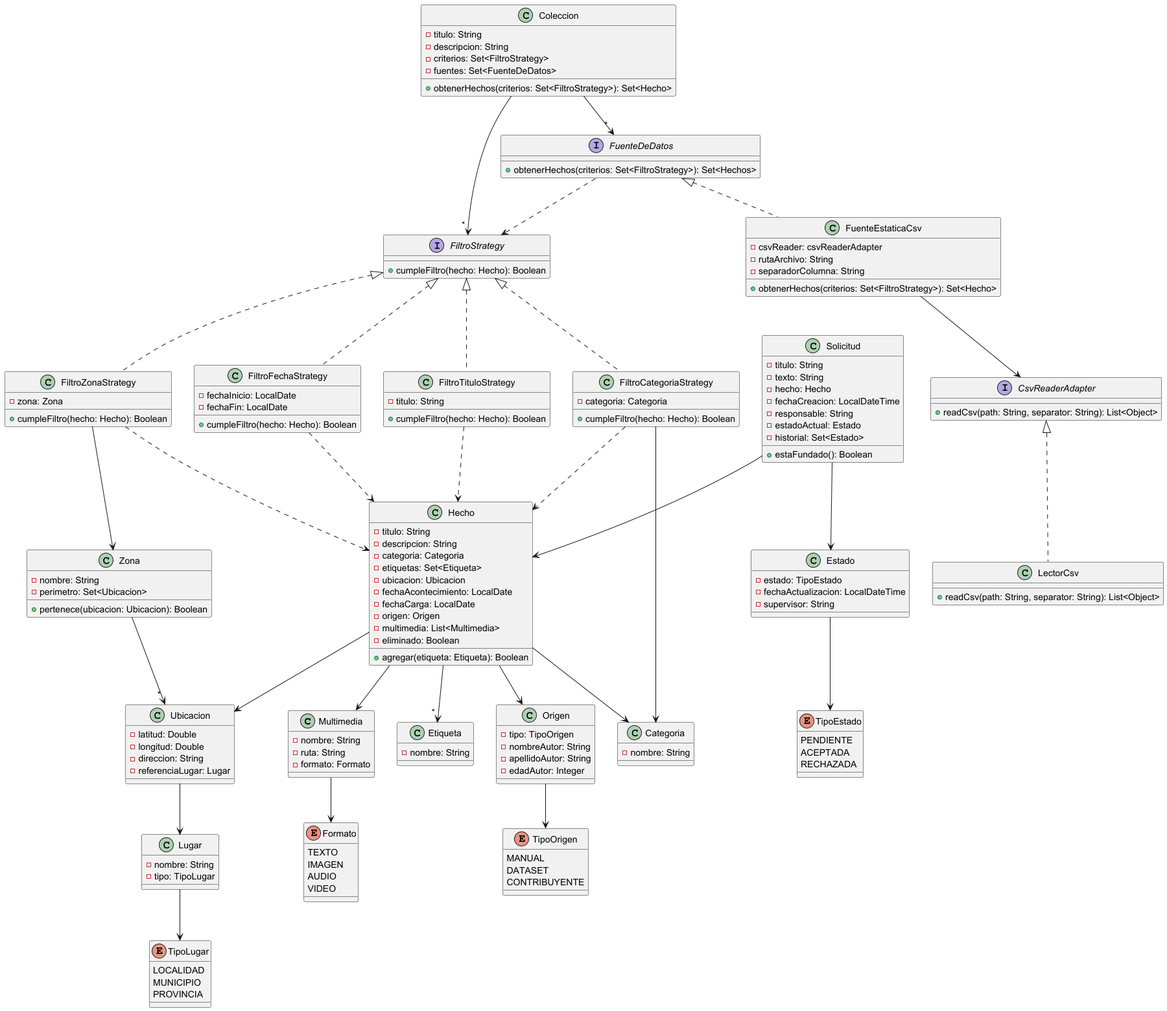
Before: docs/diagrama_de_clases.png, a diagram exported from PlantUML (Leo-de-Riv3r/2025-tpa-ma-ma-grupo-02-deploy). Its source is kept beside it as docs/diagrama_de_clases.puml.
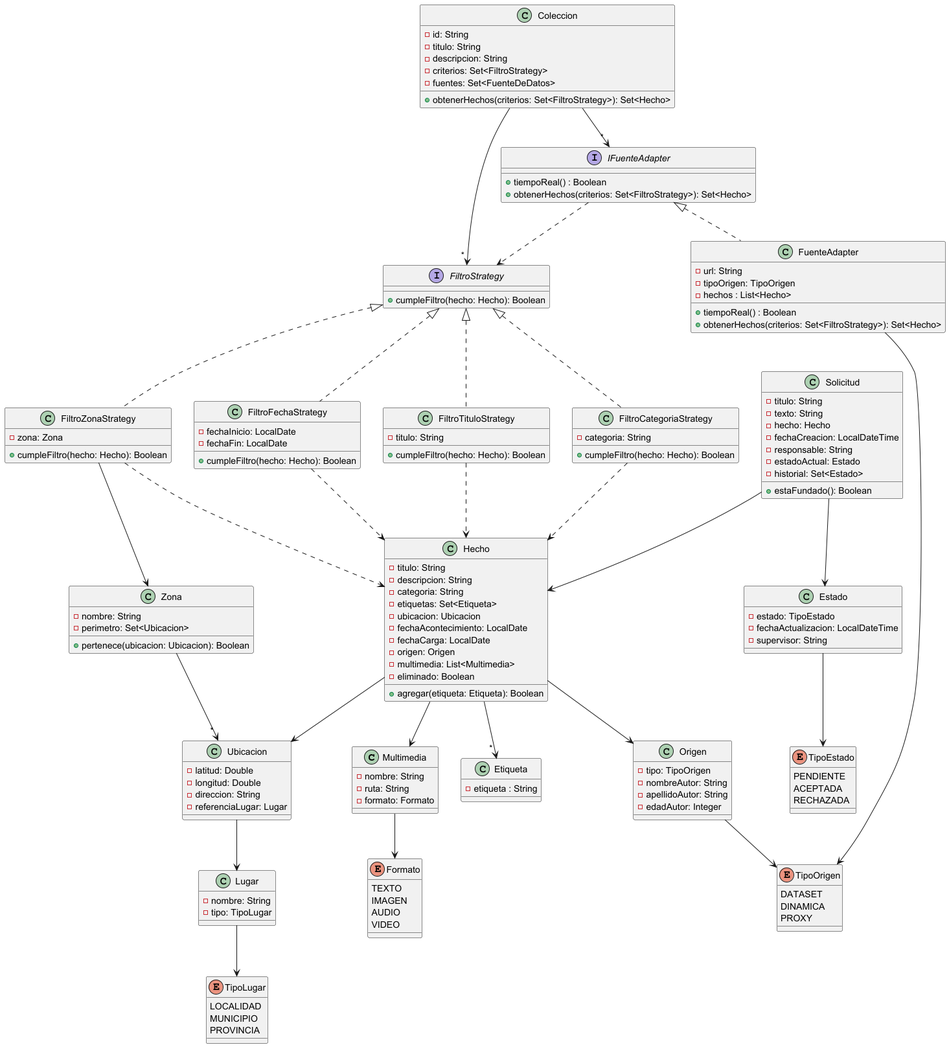
After the change.

Commit message:
actualizo diagrama de clases

What changed in the source:
```diff
@@ -3,8 +3,7 @@
 Multimedia --> Formato
 Lugar --> TipoLugar
 
-Hecho --> Categoria
-Hecho --> " * " Etiqueta
+Hecho --> " * "Etiqueta
 Hecho --> Ubicacion
 Hecho --> Origen
 Hecho --> Multimedia
@@ -16,7 +15,6 @@
 Origen --> TipoOrigen
 
 FiltroZonaStrategy --> Zona
-FiltroCategoriaStrategy --> Categoria
 
 FiltroTituloStrategy ..> Hecho
 FiltroCategoriaStrategy ..> Hecho
@@ -24,23 +22,19 @@
 FiltroZonaStrategy ..> Hecho
 
 Coleccion --> " * " FiltroStrategy
-Coleccion --> " * " FuenteDeDatos
+Coleccion --> " * " IFuenteAdapter
+FuenteAdapter --> TipoOrigen
 
 Estado --> TipoEstado
 
 Solicitud --> Hecho
 Solicitud --> Estado
 
-FuenteDeDatos ..> FiltroStrategy
+IFuenteAdapter ..> FiltroStrategy
 
-FuenteEstaticaCsv --> CsvReaderAdapter
-
-class Categoria {
-    - nombre: String
-}
 
 class Etiqueta {
-    - nombre: String
+    - etiqueta : String
 }
 
 class Ubicacion {
@@ -63,9 +57,9 @@
 }
 
 enum TipoOrigen {
-    MANUAL
     DATASET
-    CONTRIBUYENTE
+    DINAMICA
+    PROXY
 }
 
 enum Formato {
@@ -90,7 +84,7 @@
 class Hecho {
     - titulo: String
     - descripcion: String
-    - categoria: Categoria
+    - categoria: String
     - etiquetas: Set<Etiqueta>
     - ubicacion: Ubicacion
     - fechaAcontecimiento: LocalDate
@@ -107,14 +101,16 @@
     + pertenece(ubicacion: Ubicacion): Boolean
 }
 
-interface FuenteDeDatos {
-    + obtenerHechos(criterios: Set<FiltroStrategy>): Set<Hechos>
+interface IFuenteAdapter {
+    + tiempoReal() : Boolean
+    + obtenerHechos(criterios: Set<FiltroStrategy>): Set<Hecho>
 }
 
-class FuenteEstaticaCsv implements FuenteDeDatos {
-    - csvReader: csvReaderAdapter
-    - rutaArchivo: String
-    - separadorColumna: String
+class FuenteAdapter implements IFuenteAdapter{
+    - url: String
+    - tipoOrigen: TipoOrigen
+    - hechos : List<Hecho>
+    + tiempoReal() : Boolean
     + obtenerHechos(criterios: Set<FiltroStrategy>): Set<Hecho>
 }
 
@@ -128,7 +124,7 @@
 }
 
 class FiltroCategoriaStrategy implements FiltroStrategy {
-    - categoria: Categoria
+    - categoria: String
     + cumpleFiltro(hecho: Hecho): Boolean
 }
 
@@ -144,6 +140,7 @@
 }
 
 class Coleccion {
+    - id: String
     - titulo: String
     - descripcion: String
     - criterios: Set<FiltroStrategy>
@@ -174,12 +171,4 @@
    + estaFundado(): Boolean
 }
 
-class LectorCsv implements CsvReaderAdapter {
-    + readCsv(path: String, separator: String): List<Object>
-}
-
-interface CsvReaderAdapter {
-    + readCsv(path: String, separator: String): List<Object>
-}
-
 @enduml
```
